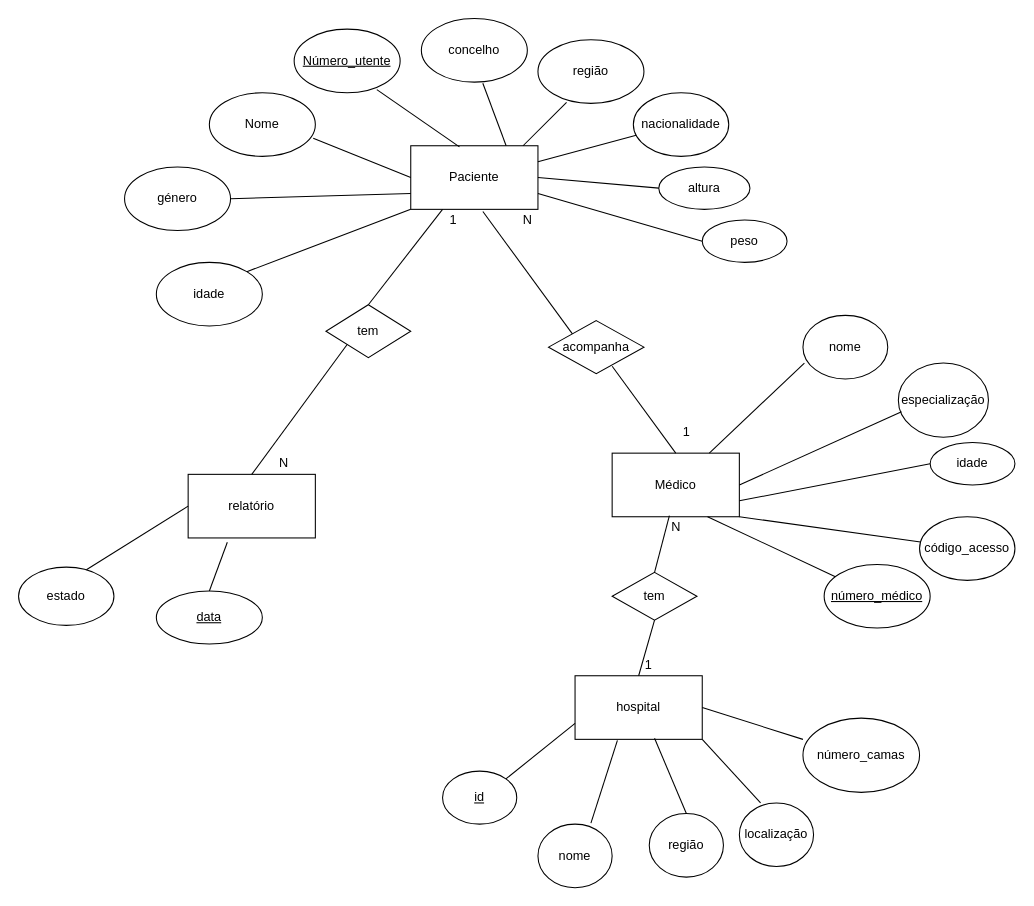
rafaelbaptista13/projeto_ies keeps this draw.io diagram as report/analiseRequisitosBD/DER_IES.drawio. Above is the earlier version. Source tidied: cells renumbered, new cells numbered last; positions are measured from the earlier drawing's top-left corner, leaving out a move shared by most shapes. Both pictures are drawn from the tidied source at 106%, with x=0, y=0 at pixel (18, 18).
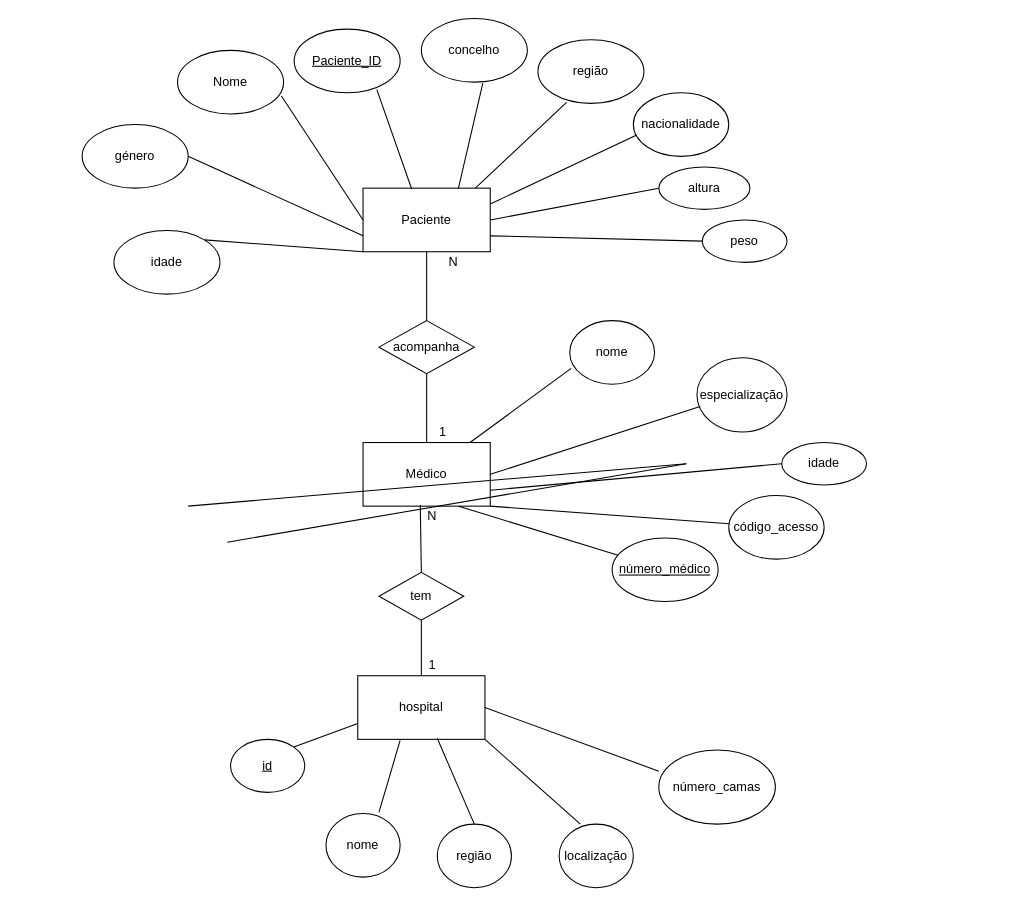
Above is the later version.

Change to the diagram source:
```diff
@@
     <mxCell id="2" value="Paciente" style="rounded=0;whiteSpace=wrap;html=1;" parent="1" vertex="1">
-      <mxGeometry x="370" y="120" width="120" height="60" as="geometry" />
+      <mxGeometry x="325" y="160" width="120" height="60" as="geometry" />
     </mxCell>
-    <mxCell id="3" value="&lt;u&gt;Número_utente&lt;/u&gt;" style="ellipse;whiteSpace=wrap;html=1;" parent="1" vertex="1">
+    <mxCell id="3" value="&lt;u&gt;Paciente_ID&lt;/u&gt;" style="ellipse;whiteSpace=wrap;html=1;" parent="1" vertex="1">
       <mxGeometry x="260" y="10" width="100" height="60" as="geometry" />
     </mxCell>
@@
     <mxCell id="5" value="Nome" style="ellipse;whiteSpace=wrap;html=1;" parent="1" vertex="1">
-      <mxGeometry x="180" y="70" width="100" height="60" as="geometry" />
+      <mxGeometry x="150" y="30" width="100" height="60" as="geometry" />
     </mxCell>
     <mxCell id="6" value="idade" style="ellipse;whiteSpace=wrap;html=1;" parent="1" vertex="1">
-      <mxGeometry x="130" y="230" width="100" height="60" as="geometry" />
+      <mxGeometry x="90" y="200" width="100" height="60" as="geometry" />
     </mxCell>
     <mxCell id="7" value="género" style="ellipse;whiteSpace=wrap;html=1;" parent="1" vertex="1">
-      <mxGeometry x="100" y="140" width="100" height="60" as="geometry" />
+      <mxGeometry x="60" y="100" width="100" height="60" as="geometry" />
     </mxCell>
@@
     <mxCell id="21" value="Médico" style="rounded=0;whiteSpace=wrap;html=1;" parent="1" vertex="1">
-      <mxGeometry x="560" y="410" width="120" height="60" as="geometry" />
+      <mxGeometry x="325" y="400" width="120" height="60" as="geometry" />
     </mxCell>
     <mxCell id="22" value="&lt;u&gt;número_médico&lt;/u&gt;" style="ellipse;whiteSpace=wrap;html=1;" parent="1" vertex="1">
-      <mxGeometry x="760" y="515" width="100" height="60" as="geometry" />
+      <mxGeometry x="560" y="490" width="100" height="60" as="geometry" />
     </mxCell>
     <mxCell id="23" value="código_acesso" style="ellipse;whiteSpace=wrap;html=1;" parent="1" vertex="1">
-      <mxGeometry x="850" y="470" width="90" height="60" as="geometry" />
+      <mxGeometry x="670" y="450" width="90" height="60" as="geometry" />
     </mxCell>
     <mxCell id="24" value="nome" style="ellipse;whiteSpace=wrap;html=1;" parent="1" vertex="1">
-      <mxGeometry x="740" y="280" width="80" height="60" as="geometry" />
+      <mxGeometry x="520" y="285" width="80" height="60" as="geometry" />
     </mxCell>
     <mxCell id="25" value="idade" style="ellipse;whiteSpace=wrap;html=1;" parent="1" vertex="1">
-      <mxGeometry x="860" y="400" width="80" height="40" as="geometry" />
+      <mxGeometry x="720" y="400" width="80" height="40" as="geometry" />
     </mxCell>
     <mxCell id="26" value="especialização" style="ellipse;whiteSpace=wrap;html=1;" parent="1" vertex="1">
-      <mxGeometry x="830" y="325" width="85" height="70" as="geometry" />
+      <mxGeometry x="640" y="320" width="85" height="70" as="geometry" />
     </mxCell>
@@
     <mxCell id="32" value="N" style="text;html=1;align=center;verticalAlign=middle;" parent="1" vertex="1">
-      <mxGeometry x="470" y="180" width="20" height="20" as="geometry" />
+      <mxGeometry x="400" y="220" width="20" height="20" as="geometry" />
     </mxCell>
     <mxCell id="33" value="1" style="text;html=1;align=center;verticalAlign=middle;" parent="1" vertex="1">
-      <mxGeometry x="620" y="380" width="20" height="20" as="geometry" />
+      <mxGeometry x="390" y="380" width="20" height="20" as="geometry" />
     </mxCell>
     <mxCell id="34" value="acompanha" style="rhombus;whiteSpace=wrap;html=1;" parent="1" vertex="1">
-      <mxGeometry x="500" y="285" width="90" height="50" as="geometry" />
+      <mxGeometry x="340" y="285" width="90" height="50" as="geometry" />
     </mxCell>
-    <mxCell id="35" style="endArrow=none;html=1;entryX=0.567;entryY=1.033;entryDx=0;entryDy=0;entryPerimeter=0;exitX=0;exitY=0;exitDx=0;exitDy=0;" parent="1" edge="1" source="34" target="2">
-      <mxGeometry relative="1" as="geometry" />
-    </mxCell>
-    <mxCell id="36" style="endArrow=none;html=1;exitX=0.5;exitY=0;exitDx=0;exitDy=0;entryX=0.667;entryY=0.86;entryDx=0;entryDy=0;entryPerimeter=0;" parent="1" edge="1" source="21" target="34">
+    <mxCell id="36" style="endArrow=none;html=1;exitX=0.5;exitY=0;exitDx=0;exitDy=0;entryX=0.5;entryY=1;entryDx=0;entryDy=0;" parent="1" edge="1" source="21" target="34">
       <mxGeometry relative="1" as="geometry" />
     </mxCell>
     <mxCell id="37" value="hospital" style="rounded=0;whiteSpace=wrap;html=1;" parent="1" vertex="1">
-      <mxGeometry x="525" y="620" width="120" height="60" as="geometry" />
+      <mxGeometry x="320" y="620" width="120" height="60" as="geometry" />
     </mxCell>
     <mxCell id="38" value="&lt;u&gt;id&lt;/u&gt;" style="ellipse;whiteSpace=wrap;html=1;" parent="1" vertex="1">
-      <mxGeometry x="400" y="710" width="70" height="50" as="geometry" />
+      <mxGeometry x="200" y="680" width="70" height="50" as="geometry" />
     </mxCell>
     <mxCell id="39" value="nome" style="ellipse;whiteSpace=wrap;html=1;" parent="1" vertex="1">
-      <mxGeometry x="490" y="760" width="70" height="60" as="geometry" />
+      <mxGeometry x="290" y="750" width="70" height="60" as="geometry" />
     </mxCell>
     <mxCell id="40" value="localização" style="ellipse;whiteSpace=wrap;html=1;" parent="1" vertex="1">
-      <mxGeometry x="680" y="740" width="70" height="60" as="geometry" />
+      <mxGeometry x="510" y="760" width="70" height="60" as="geometry" />
     </mxCell>
     <mxCell id="41" value="região" style="ellipse;whiteSpace=wrap;html=1;" parent="1" vertex="1">
-      <mxGeometry x="595" y="750" width="70" height="60" as="geometry" />
+      <mxGeometry x="395" y="760" width="70" height="60" as="geometry" />
     </mxCell>
     <mxCell id="42" value="número_camas" style="ellipse;whiteSpace=wrap;html=1;" parent="1" vertex="1">
-      <mxGeometry x="740" y="660" width="110" height="70" as="geometry" />
+      <mxGeometry x="604" y="690" width="110" height="70" as="geometry" />
     </mxCell>
@@
     <mxCell id="48" value="tem" style="rhombus;whiteSpace=wrap;html=1;" parent="1" vertex="1">
-      <mxGeometry x="560" y="522.5" width="80" height="45" as="geometry" />
+      <mxGeometry x="340" y="522.5" width="80" height="45" as="geometry" />
     </mxCell>
@@
     <mxCell id="51" value="1" style="text;html=1;align=center;verticalAlign=middle;" parent="1" vertex="1">
-      <mxGeometry x="584" y="600" width="20" height="20" as="geometry" />
+      <mxGeometry x="380" y="600" width="20" height="20" as="geometry" />
     </mxCell>
     <mxCell id="52" value="N" style="text;html=1;align=center;verticalAlign=middle;" parent="1" vertex="1">
-      <mxGeometry x="610" y="470" width="20" height="20" as="geometry" />
+      <mxGeometry x="380" y="460" width="20" height="20" as="geometry" />
     </mxCell>
-    <mxCell id="53" value="relatório" style="rounded=0;whiteSpace=wrap;html=1;" parent="1" vertex="1">
-      <mxGeometry x="160" y="430" width="120" height="60" as="geometry" />
-    </mxCell>
-    <mxCell id="54" style="endArrow=none;html=1;entryX=0.25;entryY=1;entryDx=0;entryDy=0;" parent="1" edge="1" target="2">
-      <mxGeometry relative="1" as="geometry">
-        <mxPoint x="330" y="270" as="sourcePoint" />
-      </mxGeometry>
-    </mxCell>
-    <mxCell id="55" value="tem" style="rhombus;whiteSpace=wrap;html=1;" parent="1" vertex="1">
-      <mxGeometry x="290" y="270" width="80" height="50" as="geometry" />
-    </mxCell>
-    <mxCell id="56" value="1" style="text;html=1;align=center;verticalAlign=middle;" parent="1" vertex="1">
-      <mxGeometry x="400" y="180" width="20" height="20" as="geometry" />
-    </mxCell>
-    <mxCell id="57" style="endArrow=none;html=1;exitX=0.5;exitY=0;exitDx=0;exitDy=0;entryX=0;entryY=1;entryDx=0;entryDy=0;" parent="1" edge="1" source="53" target="55">
-      <mxGeometry relative="1" as="geometry" />
-    </mxCell>
-    <mxCell id="58" value="N" style="text;html=1;align=center;verticalAlign=middle;" parent="1" vertex="1">
-      <mxGeometry x="240" y="410" width="20" height="20" as="geometry" />
-    </mxCell>
-    <mxCell id="59" value="estado" style="ellipse;whiteSpace=wrap;html=1;" parent="1" vertex="1">
-      <mxGeometry y="517.5" width="90" height="55" as="geometry" />
-    </mxCell>
-    <mxCell id="60" value="&lt;u&gt;data&lt;/u&gt;" style="ellipse;whiteSpace=wrap;html=1;" parent="1" vertex="1">
-      <mxGeometry x="130" y="540" width="100" height="50" as="geometry" />
-    </mxCell>
-    <mxCell id="61" style="endArrow=none;html=1;exitX=0.711;exitY=0.045;exitDx=0;exitDy=0;exitPerimeter=0;entryX=0;entryY=0.5;entryDx=0;entryDy=0;" parent="1" edge="1" source="59" target="53">
-      <mxGeometry relative="1" as="geometry" />
+    <mxCell id="61" style="endArrow=none;html=1;exitX=0.711;exitY=0.045;exitDx=0;exitDy=0;exitPerimeter=0;entryX=0;entryY=0.5;entryDx=0;entryDy=0;" parent="1" edge="1">
+      <mxGeometry relative="1" as="geometry">
+        <mxPoint x="630" y="420" as="sourcePoint" />
+        <mxPoint x="160" y="460" as="targetPoint" />
+      </mxGeometry>
     </mxCell>
-    <mxCell id="62" style="endArrow=none;html=1;exitX=0.5;exitY=0;exitDx=0;exitDy=0;entryX=0.308;entryY=1.067;entryDx=0;entryDy=0;entryPerimeter=0;" parent="1" edge="1" source="60" target="53">
-      <mxGeometry relative="1" as="geometry" />
+    <mxCell id="62" style="endArrow=none;html=1;exitX=0.5;exitY=0;exitDx=0;exitDy=0;entryX=0.308;entryY=1.067;entryDx=0;entryDy=0;entryPerimeter=0;" parent="1" edge="1">
+      <mxGeometry relative="1" as="geometry">
+        <mxPoint x="630" y="420" as="sourcePoint" />
+        <mxPoint x="197" y="494" as="targetPoint" />
+      </mxGeometry>
     </mxCell>
+    <mxCell id="35" style="endArrow=none;html=1;exitX=0.5;exitY=0;exitDx=0;exitDy=0;entryX=0.5;entryY=1;entryDx=0;entryDy=0;" parent="1" edge="1" source="34" target="2">
+      <mxGeometry relative="1" as="geometry" />
+    </mxCell>
```
